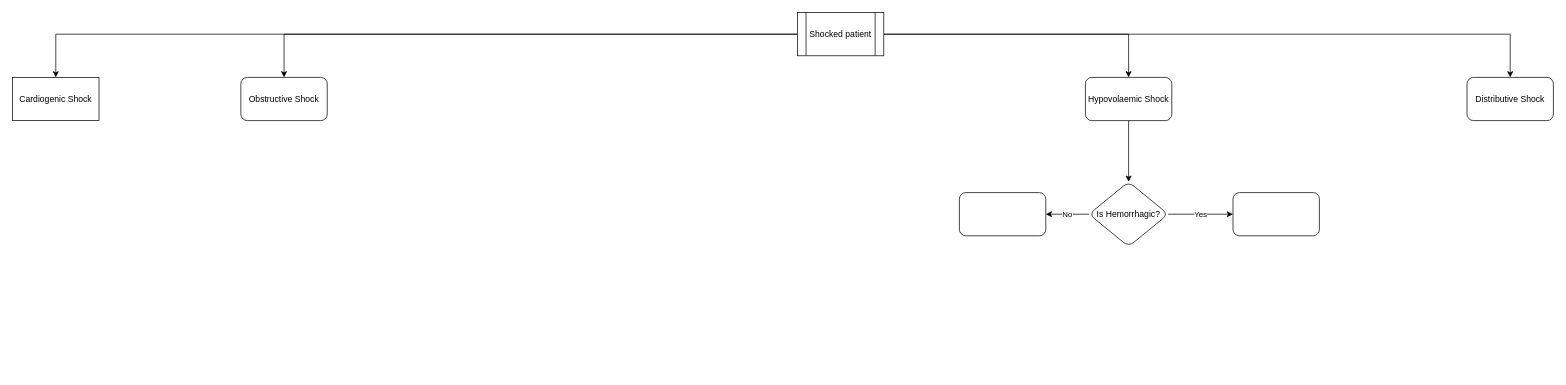
Scrappers-glitch/Medical-Archive keeps this draw.io diagram as shock-algorithm.drawio. Above is the earlier version. Source tidied: cells renumbered, new cells numbered last; positions are measured from the earlier drawing's top-left corner, leaving out a move shared by most shapes. Both pictures are drawn from the tidied source at 72%, with x=0, y=0 at pixel (12, 12).
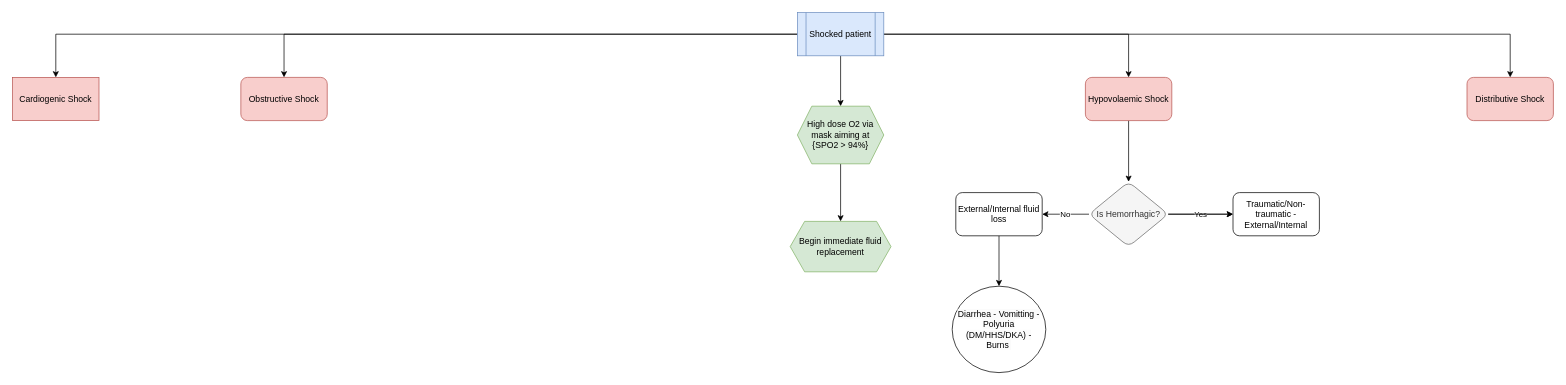
The same page after the edit.

Diff of the diagram source:
```diff
@@
+    <mxCell id="17" style="edgeStyle=orthogonalEdgeStyle;rounded=0;jettySize=auto;html=1;" parent="1" edge="1" source="6" target="22">
+      <mxGeometry relative="1" as="geometry" />
+    </mxCell>
-    <mxCell id="6" value="Shocked patient" style="shape=process;whiteSpace=wrap;html=1;backgroundOutline=1;" parent="1" vertex="1">
+    <mxCell id="6" value="Shocked patient" style="shape=process;whiteSpace=wrap;html=1;backgroundOutline=1;fillColor=#dae8fc;strokeColor=#6c8ebf;" parent="1" vertex="1">
       <mxGeometry x="1090" width="120" height="60" as="geometry" />
     </mxCell>
-    <mxCell id="7" value="Cardiogenic Shock" style="whiteSpace=wrap;html=1;" parent="1" vertex="1">
+    <mxCell id="7" value="Cardiogenic Shock" style="whiteSpace=wrap;html=1;fillColor=#f8cecc;strokeColor=#b85450;" parent="1" vertex="1">
       <mxGeometry y="90" width="120" height="60" as="geometry" />
     </mxCell>
-    <mxCell id="8" value="Obstructive Shock" style="rounded=1;whiteSpace=wrap;html=1;" parent="1" vertex="1">
+    <mxCell id="8" value="Obstructive Shock" style="rounded=1;whiteSpace=wrap;html=1;fillColor=#f8cecc;strokeColor=#b85450;" parent="1" vertex="1">
       <mxGeometry x="317" y="90" width="120" height="60" as="geometry" />
     </mxCell>
@@
-    <mxCell id="10" value="Hypovolaemic Shock" style="rounded=1;whiteSpace=wrap;html=1;" parent="1" vertex="1">
+    <mxCell id="10" value="Hypovolaemic Shock" style="rounded=1;whiteSpace=wrap;html=1;fillColor=#f8cecc;strokeColor=#b85450;" parent="1" vertex="1">
       <mxGeometry x="1490" y="90" width="120" height="60" as="geometry" />
     </mxCell>
-    <mxCell id="11" value="Distributive Shock" style="rounded=1;whiteSpace=wrap;html=1;" parent="1" vertex="1">
+    <mxCell id="11" value="Distributive Shock" style="rounded=1;whiteSpace=wrap;html=1;fillColor=#f8cecc;strokeColor=#b85450;" parent="1" vertex="1">
       <mxGeometry x="2020" y="90" width="120" height="60" as="geometry" />
     </mxCell>
@@
+    <mxCell id="18" style="edgeStyle=orthogonalEdgeStyle;rounded=0;jettySize=auto;html=1;" parent="1" edge="1" source="14" target="15">
+      <mxGeometry relative="1" as="geometry" />
+    </mxCell>
-    <mxCell id="14" value="Is Hemorrhagic?" style="rhombus;whiteSpace=wrap;html=1;rounded=1;" parent="1" vertex="1">
+    <mxCell id="14" value="Is Hemorrhagic?" style="rhombus;whiteSpace=wrap;html=1;rounded=1;fillColor=#f5f5f5;fontColor=#333333;strokeColor=#666666;" parent="1" vertex="1">
       <mxGeometry x="1495" y="235" width="110" height="90" as="geometry" />
     </mxCell>
-    <mxCell id="15" style="whiteSpace=wrap;html=1;rounded=1;" parent="1" vertex="1">
+    <mxCell id="15" value="Traumatic/Non-traumatic - External/Internal" style="whiteSpace=wrap;html=1;rounded=1;" parent="1" vertex="1">
       <mxGeometry x="1695" y="250" width="120" height="60" as="geometry" />
     </mxCell>
+    <mxCell id="19" style="edgeStyle=orthogonalEdgeStyle;rounded=0;jettySize=auto;html=1;" parent="1" edge="1" source="16" target="20">
+      <mxGeometry relative="1" as="geometry" />
+    </mxCell>
-    <mxCell id="16" style="whiteSpace=wrap;html=1;rounded=1;" parent="1" vertex="1">
-      <mxGeometry x="1315" y="250" width="120" height="60" as="geometry" />
+    <mxCell id="16" value="External/Internal fluid loss" style="whiteSpace=wrap;html=1;rounded=1;" parent="1" vertex="1">
+      <mxGeometry x="1310" y="250" width="120" height="60" as="geometry" />
     </mxCell>
+    <mxCell id="20" value="&lt;span style=&quot;color: rgb(0, 0, 0); font-family: Helvetica; font-size: 12px; font-style: normal; font-variant-ligatures: normal; font-variant-caps: normal; font-weight: 400; letter-spacing: normal; orphans: 2; text-align: center; text-indent: 0px; text-transform: none; widows: 2; word-spacing: 0px; -webkit-text-stroke-width: 0px; background-color: rgb(251, 251, 251); text-decoration-thickness: initial; text-decoration-style: initial; text-decoration-color: initial; float: none; display: inline !important;&quot;&gt;Diarrhea - Vomitting -Polyuria (DM/HHS/DKA) - Burns&amp;nbsp;&lt;/span&gt;" style="ellipse;whiteSpace=wrap;html=1;rounded=1;" parent="1" vertex="1">
+      <mxGeometry x="1305" y="380" width="130" height="120" as="geometry" />
+    </mxCell>
+    <mxCell id="21" style="edgeStyle=orthogonalEdgeStyle;rounded=0;jettySize=auto;html=1;" parent="1" edge="1" source="22" target="23">
+      <mxGeometry relative="1" as="geometry" />
+    </mxCell>
+    <mxCell id="22" value="High dose O2 via mask aiming at {SPO2 &amp;gt; 94%}" style="shape=hexagon;perimeter=hexagonPerimeter2;whiteSpace=wrap;html=1;fixedSize=1;fillColor=#d5e8d4;strokeColor=#82b366;" parent="1" vertex="1">
+      <mxGeometry x="1090" y="130" width="120" height="80" as="geometry" />
+    </mxCell>
+    <mxCell id="23" value="Begin immediate fluid replacement" style="shape=hexagon;perimeter=hexagonPerimeter2;whiteSpace=wrap;html=1;fixedSize=1;fillColor=#d5e8d4;strokeColor=#82b366;" parent="1" vertex="1">
+      <mxGeometry x="1080" y="290" width="140" height="70" as="geometry" />
+    </mxCell>
```
